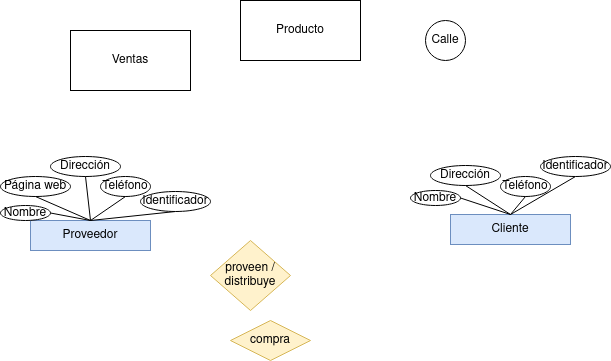
Above: Unidad-1/Tareas/Tarea-1/Primer Diagrama.drawio.png in RafaelMayor/base-datos (draw.io), before the change. Source tidied: cells renumbered, new cells last; positions are measured from the earlier drawing's top-left corner, leaving out a move shared by most shapes.
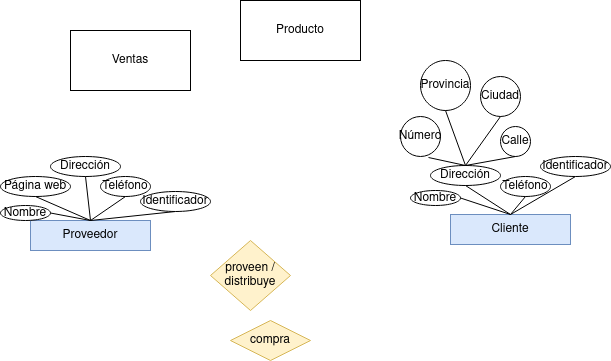
After the change.

Change to the diagram source:
```diff
@@ -75,7 +75,28 @@
       <mxGeometry x="230" y="320" width="80" height="40" as="geometry" />
     </mxCell>
     <mxCell id="26" value="Calle" style="ellipse;whiteSpace=wrap;html=1;" parent="1" vertex="1">
-      <mxGeometry x="425" y="20" width="40" height="40" as="geometry" />
+      <mxGeometry x="500" y="126" width="30" height="30" as="geometry" />
     </mxCell>
+    <mxCell id="27" style="endArrow=none;html=1;rounded=0;entryX=0.5;entryY=0;entryDx=0;entryDy=0;exitX=0.5;exitY=1;exitDx=0;exitDy=0;" parent="1" edge="1" source="26" target="19">
+      <mxGeometry relative="1" as="geometry" />
+    </mxCell>
+    <mxCell id="28" value="Número" style="ellipse;whiteSpace=wrap;html=1;" parent="1" vertex="1">
+      <mxGeometry x="400" y="116" width="40" height="40" as="geometry" />
+    </mxCell>
+    <mxCell id="29" style="endArrow=none;html=1;rounded=0;entryX=0.5;entryY=0;entryDx=0;entryDy=0;exitX=0.7;exitY=1.025;exitDx=0;exitDy=0;exitPerimeter=0;" parent="1" edge="1" source="28" target="19">
+      <mxGeometry relative="1" as="geometry" />
+    </mxCell>
+    <mxCell id="30" value="Provincia" style="ellipse;whiteSpace=wrap;html=1;" parent="1" vertex="1">
+      <mxGeometry x="420" y="60" width="50" height="50" as="geometry" />
+    </mxCell>
+    <mxCell id="31" value="Ciudad" style="ellipse;whiteSpace=wrap;html=1;" parent="1" vertex="1">
+      <mxGeometry x="480" y="76" width="40" height="40" as="geometry" />
+    </mxCell>
+    <mxCell id="32" style="endArrow=none;html=1;rounded=0;entryX=0.5;entryY=0;entryDx=0;entryDy=0;exitX=0.5;exitY=1;exitDx=0;exitDy=0;" parent="1" edge="1" source="31" target="19">
+      <mxGeometry relative="1" as="geometry" />
+    </mxCell>
+    <mxCell id="33" style="endArrow=none;html=1;rounded=0;exitX=0.5;exitY=1;exitDx=0;exitDy=0;entryX=0.5;entryY=0;entryDx=0;entryDy=0;" parent="1" edge="1" source="30" target="19">
+      <mxGeometry relative="1" as="geometry" />
+    </mxCell>
   </root>
 </mxGraphModel>
```
